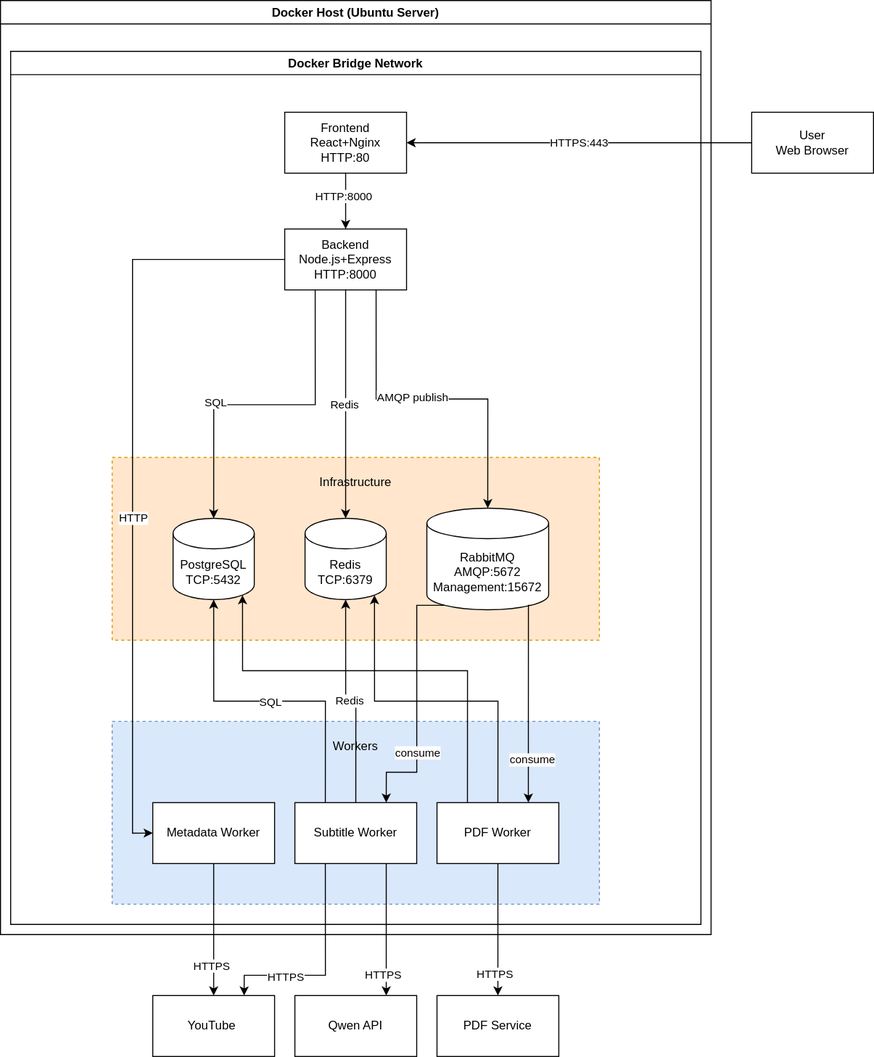
Before: docs/Services and additional info/deploy/deployment_diagram.svg, a diagram exported from draw.io (allfeia/Cooklink). Source tidied: cells renumbered, new cells last; positions are measured from the earlier drawing's top-left corner, leaving out a move shared by most shapes.
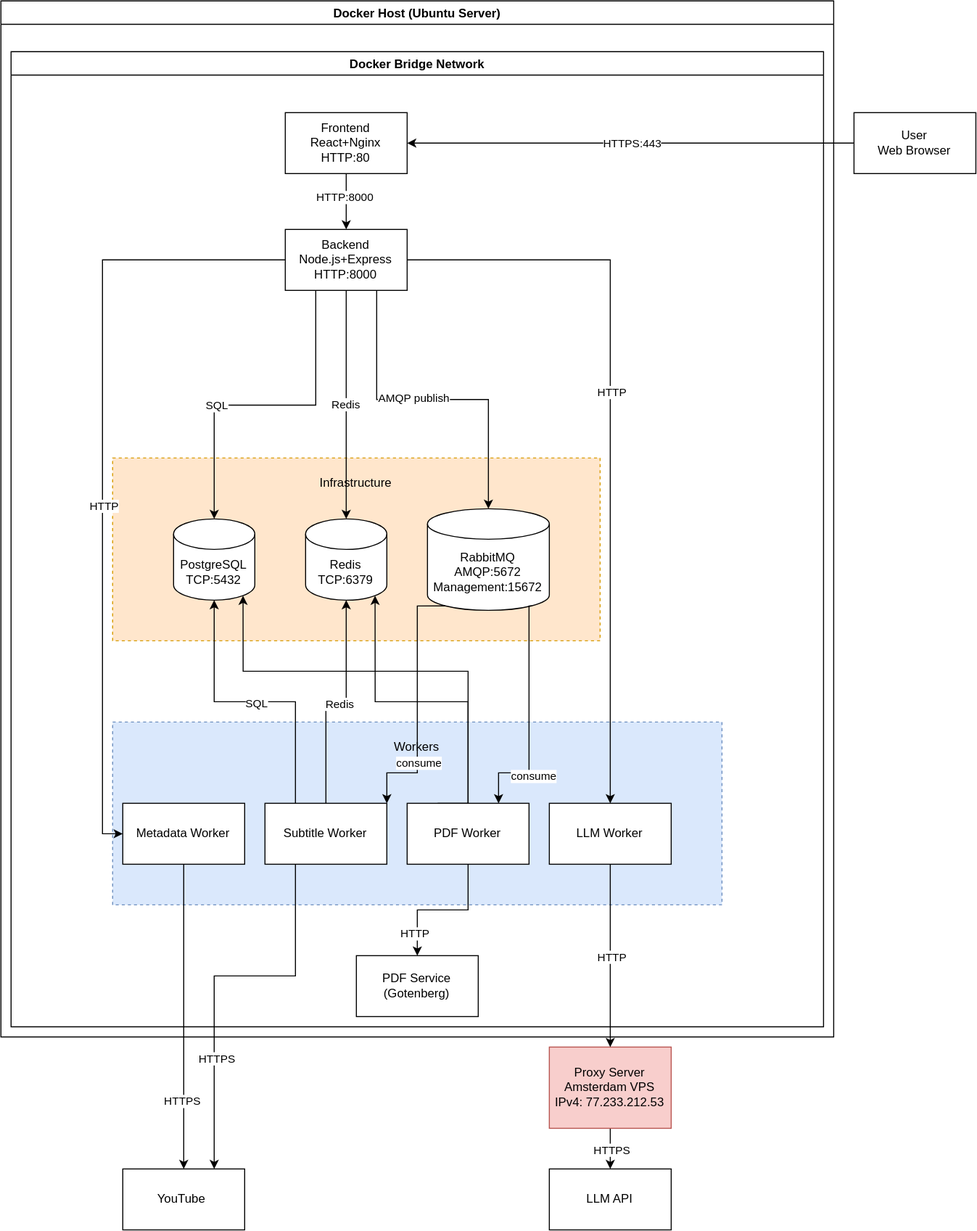
The same diagram one commit later.

Diff of the diagram source:
```diff
@@ -3,10 +3,10 @@
     <mxCell id="0" />
     <mxCell id="1" parent="0" />
     <mxCell id="2" value="Docker Host (Ubuntu Server)" style="swimlane;" parent="1" vertex="1">
-      <mxGeometry width="700" height="920" as="geometry" />
+      <mxGeometry width="820" height="1020" as="geometry" />
     </mxCell>
     <mxCell id="3" value="Docker Bridge Network" style="swimlane;" parent="2" vertex="1">
-      <mxGeometry x="10" y="50" width="680" height="860" as="geometry" />
+      <mxGeometry x="10" y="50" width="800" height="960" as="geometry" />
     </mxCell>
     <mxCell id="4" style="rounded=0;whiteSpace=wrap;html=1;fillColor=#ffe6cc;dashed=1;strokeColor=#d79b00;" parent="3" vertex="1">
       <mxGeometry x="100" y="400" width="480" height="180" as="geometry" />
@@ -63,24 +63,29 @@
       </mxGeometry>
     </mxCell>
     <mxCell id="19" style="rounded=0;whiteSpace=wrap;html=1;fillColor=#dae8fc;dashed=1;strokeColor=#6c8ebf;" parent="3" vertex="1">
-      <mxGeometry x="100" y="660" width="480" height="180" as="geometry" />
+      <mxGeometry x="100" y="660" width="600" height="180" as="geometry" />
     </mxCell>
     <mxCell id="20" value="Workers" style="text;html=1;whiteSpace=wrap;strokeColor=none;fillColor=none;align=center;verticalAlign=middle;rounded=0;" parent="3" vertex="1">
-      <mxGeometry x="310" y="670" width="60" height="30" as="geometry" />
+      <mxGeometry x="370" y="670" width="60" height="30" as="geometry" />
     </mxCell>
     <mxCell id="21" value="Metadata Worker" style="rounded=0;whiteSpace=wrap;html=1;" parent="3" vertex="1">
-      <mxGeometry x="140" y="740" width="120" height="60" as="geometry" />
+      <mxGeometry x="110" y="740" width="120" height="60" as="geometry" />
     </mxCell>
     <mxCell id="22" value="Subtitle Worker" style="rounded=0;whiteSpace=wrap;html=1;" parent="3" vertex="1">
-      <mxGeometry x="280" y="740" width="120" height="60" as="geometry" />
+      <mxGeometry x="250" y="740" width="120" height="60" as="geometry" />
     </mxCell>
     <mxCell id="23" value="PDF Worker" style="rounded=0;whiteSpace=wrap;html=1;" parent="3" vertex="1">
-      <mxGeometry x="420" y="740" width="120" height="60" as="geometry" />
+      <mxGeometry x="390" y="740" width="120" height="60" as="geometry" />
     </mxCell>
+    <mxCell id="50" value="LLM Worker" style="rounded=0;whiteSpace=wrap;html=1;" parent="3" vertex="1">
+      <mxGeometry x="530" y="740" width="120" height="60" as="geometry" />
+    </mxCell>
     <mxCell id="24" style="edgeStyle=orthogonalEdgeStyle;rounded=0;jettySize=auto;html=1;exitX=0.855;exitY=1;exitDx=0;exitDy=-4.35;exitPerimeter=0;entryX=0.75;entryY=0;entryDx=0;entryDy=0;" parent="3" edge="1" source="8" target="23">
       <mxGeometry relative="1" as="geometry">
         <Array as="points">
-          <mxPoint x="510" y="546" />
+          <mxPoint x="510" y="545.7" />
+          <mxPoint x="510" y="710" />
+          <mxPoint x="480" y="710" />
         </Array>
       </mxGeometry>
     </mxCell>
@@ -101,7 +106,7 @@
     </mxCell>
     <mxCell id="27" value="consume" style="edgeLabel;html=1;align=center;verticalAlign=middle;" parent="26" vertex="1">
       <mxGeometry x="-0.28" y="-4" relative="1" as="geometry">
-        <mxPoint x="4" y="81" as="offset" />
+        <mxPoint x="4" y="91" as="offset" />
       </mxGeometry>
     </mxCell>
     <mxCell id="28" style="edgeStyle=orthogonalEdgeStyle;rounded=0;jettySize=auto;html=1;exitX=0.25;exitY=0;exitDx=0;exitDy=0;entryX=0.5;entryY=1;entryDx=0;entryDy=0;entryPerimeter=0;" parent="3" edge="1" source="22" target="6">
@@ -135,52 +140,69 @@
         <mxPoint y="-1" as="offset" />
       </mxGeometry>
     </mxCell>
-    <mxCell id="36" value="YouTube&amp;nbsp;" style="rounded=0;whiteSpace=wrap;html=1;" parent="3" vertex="1">
-      <mxGeometry x="140" y="930" width="120" height="60" as="geometry" />
-    </mxCell>
-    <mxCell id="37" value="Qwen API" style="rounded=0;whiteSpace=wrap;html=1;" parent="3" vertex="1">
-      <mxGeometry x="280" y="930" width="120" height="60" as="geometry" />
-    </mxCell>
+    <mxCell id="51" style="edgeStyle=orthogonalEdgeStyle;rounded=0;jettySize=auto;html=1;exitX=1;exitY=0.5;exitDx=0;exitDy=0;entryX=0.5;entryY=0;entryDx=0;entryDy=0;" parent="3" edge="1" source="12" target="50">
+      <mxGeometry relative="1" as="geometry" />
+    </mxCell>
+    <mxCell id="52" value="HTTP" style="edgeLabel;html=1;align=center;verticalAlign=middle;" parent="51" vertex="1">
+      <mxGeometry x="-0.1" relative="1" as="geometry">
+        <mxPoint y="-1" as="offset" />
+      </mxGeometry>
+    </mxCell>
-    <mxCell id="38" value="PDF Service" style="rounded=0;whiteSpace=wrap;html=1;" parent="3" vertex="1">
-      <mxGeometry x="420" y="930" width="120" height="60" as="geometry" />
+    <mxCell id="38" value="PDF Service (Gotenberg)" style="rounded=0;whiteSpace=wrap;html=1;" parent="3" vertex="1">
+      <mxGeometry x="340" y="890" width="120" height="60" as="geometry" />
     </mxCell>
     <mxCell id="39" style="edgeStyle=orthogonalEdgeStyle;rounded=0;jettySize=auto;html=1;exitX=0.5;exitY=1;exitDx=0;exitDy=0;entryX=0.5;entryY=0;entryDx=0;entryDy=0;" parent="3" edge="1" source="23" target="38">
       <mxGeometry relative="1" as="geometry" />
     </mxCell>
-    <mxCell id="40" value="HTTPS" style="edgeLabel;html=1;align=center;verticalAlign=middle;" parent="39" vertex="1">
+    <mxCell id="40" value="HTTP" style="edgeLabel;html=1;align=center;verticalAlign=middle;" parent="39" vertex="1">
       <mxGeometry x="0.67" y="-4" relative="1" as="geometry" />
     </mxCell>
-    <mxCell id="41" style="edgeStyle=orthogonalEdgeStyle;rounded=0;jettySize=auto;html=1;exitX=0.75;exitY=1;exitDx=0;exitDy=0;entryX=0.75;entryY=0;entryDx=0;entryDy=0;" parent="3" edge="1" source="22" target="37">
-      <mxGeometry relative="1" as="geometry" />
-    </mxCell>
+    <mxCell id="47" value="User&lt;div&gt;Web Browser&lt;/div&gt;" style="rounded=0;whiteSpace=wrap;html=1;" parent="1" vertex="1">
+      <mxGeometry x="840" y="110" width="120" height="60" as="geometry" />
+    </mxCell>
+    <mxCell id="48" style="edgeStyle=orthogonalEdgeStyle;rounded=0;jettySize=auto;html=1;exitX=0;exitY=0.5;exitDx=0;exitDy=0;entryX=1;entryY=0.5;entryDx=0;entryDy=0;" parent="1" edge="1" source="47" target="11">
+      <mxGeometry relative="1" as="geometry" />
+    </mxCell>
+    <mxCell id="49" value="HTTPS:443" style="edgeLabel;html=1;align=center;verticalAlign=middle;" parent="48" vertex="1">
+      <mxGeometry y="-1" relative="1" as="geometry" />
+    </mxCell>
+    <mxCell id="37" value="LLM API" style="rounded=0;whiteSpace=wrap;html=1;" parent="1" vertex="1">
+      <mxGeometry x="540" y="1150" width="120" height="60" as="geometry" />
+    </mxCell>
+    <mxCell id="53" style="edgeStyle=orthogonalEdgeStyle;rounded=0;jettySize=auto;html=1;exitX=0.5;exitY=1;exitDx=0;exitDy=0;entryX=0.5;entryY=0;entryDx=0;entryDy=0;" parent="1" edge="1" source="54" target="37">
+      <mxGeometry relative="1" as="geometry" />
+    </mxCell>
-    <mxCell id="42" value="HTTPS" style="edgeLabel;html=1;align=center;verticalAlign=middle;" parent="41" vertex="1">
-      <mxGeometry x="0.69" y="-4" relative="1" as="geometry" />
+    <mxCell id="42" value="HTTPS" style="edgeLabel;html=1;align=center;verticalAlign=middle;" parent="53" vertex="1">
+      <mxGeometry relative="1" as="geometry" />
     </mxCell>
+    <mxCell id="36" value="YouTube&amp;nbsp;" style="rounded=0;whiteSpace=wrap;html=1;" parent="1" vertex="1">
+      <mxGeometry x="120" y="1150" width="120" height="60" as="geometry" />
+    </mxCell>
-    <mxCell id="43" style="edgeStyle=orthogonalEdgeStyle;rounded=0;jettySize=auto;html=1;exitX=0.25;exitY=1;exitDx=0;exitDy=0;entryX=0.75;entryY=0;entryDx=0;entryDy=0;" parent="3" edge="1" source="22" target="36">
+    <mxCell id="43" style="edgeStyle=orthogonalEdgeStyle;rounded=0;jettySize=auto;html=1;exitX=0.25;exitY=1;exitDx=0;exitDy=0;entryX=0.75;entryY=0;entryDx=0;entryDy=0;" parent="1" edge="1" source="22" target="36">
       <mxGeometry relative="1" as="geometry">
         <Array as="points">
-          <mxPoint x="310" y="910" />
-          <mxPoint x="230" y="910" />
+          <mxPoint x="290" y="960" />
+          <mxPoint x="210" y="960" />
         </Array>
       </mxGeometry>
     </mxCell>
     <mxCell id="44" value="HTTPS" style="edgeLabel;html=1;align=center;verticalAlign=middle;" parent="43" vertex="1">
       <mxGeometry x="0.42" y="1" relative="1" as="geometry" />
     </mxCell>
-    <mxCell id="45" style="edgeStyle=orthogonalEdgeStyle;rounded=0;jettySize=auto;html=1;exitX=0.5;exitY=1;exitDx=0;exitDy=0;entryX=0.5;entryY=0;entryDx=0;entryDy=0;" parent="3" edge="1" source="21" target="36">
+    <mxCell id="45" style="edgeStyle=orthogonalEdgeStyle;rounded=0;jettySize=auto;html=1;exitX=0.5;exitY=1;exitDx=0;exitDy=0;entryX=0.5;entryY=0;entryDx=0;entryDy=0;" parent="1" edge="1" source="21" target="36">
       <mxGeometry relative="1" as="geometry" />
     </mxCell>
     <mxCell id="46" value="HTTPS" style="edgeLabel;html=1;align=center;verticalAlign=middle;" parent="45" vertex="1">
       <mxGeometry x="0.54" y="-3" relative="1" as="geometry" />
     </mxCell>
-    <mxCell id="47" value="User&lt;div&gt;Web Browser&lt;/div&gt;" style="rounded=0;whiteSpace=wrap;html=1;" parent="1" vertex="1">
-      <mxGeometry x="740" y="110" width="120" height="60" as="geometry" />
-    </mxCell>
-    <mxCell id="48" style="edgeStyle=orthogonalEdgeStyle;rounded=0;jettySize=auto;html=1;exitX=0;exitY=0.5;exitDx=0;exitDy=0;entryX=1;entryY=0.5;entryDx=0;entryDy=0;" parent="1" edge="1" source="47" target="11">
-      <mxGeometry relative="1" as="geometry" />
-    </mxCell>
-    <mxCell id="49" value="HTTPS:443" style="edgeLabel;html=1;align=center;verticalAlign=middle;" parent="48" vertex="1">
-      <mxGeometry y="-1" relative="1" as="geometry" />
-    </mxCell>
+    <mxCell id="54" value="Proxy Server&lt;div&gt;Amsterdam VPS&lt;/div&gt;&lt;div&gt;IPv4: 77.233.212.53&lt;/div&gt;" style="rounded=0;whiteSpace=wrap;html=1;fillColor=#f8cecc;strokeColor=#b85450;" parent="1" vertex="1">
+      <mxGeometry x="540" y="1030" width="120" height="80" as="geometry" />
+    </mxCell>
+    <mxCell id="55" style="edgeStyle=orthogonalEdgeStyle;rounded=0;jettySize=auto;html=1;exitX=0.5;exitY=1;exitDx=0;exitDy=0;entryX=0.5;entryY=0;entryDx=0;entryDy=0;" parent="1" edge="1" source="50" target="54">
+      <mxGeometry relative="1" as="geometry" />
+    </mxCell>
+    <mxCell id="56" value="HTTP" style="edgeLabel;html=1;align=center;verticalAlign=middle;" parent="55" vertex="1">
+      <mxGeometry relative="1" as="geometry" />
+    </mxCell>
   </root>
 </mxGraphModel>
```
